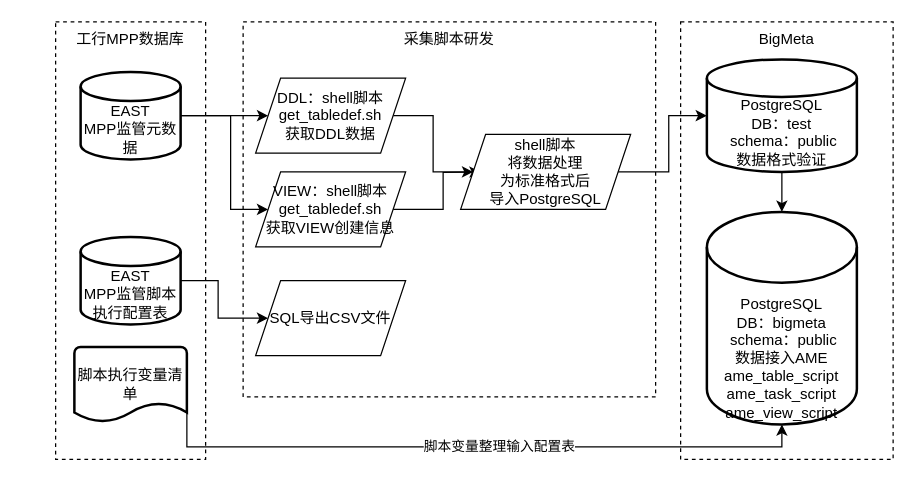
Above: 未命名绘图.drawio in Matt-app/TOOLS (draw.io), before the change. Source tidied: cells renumbered, new cells numbered last; positions are measured from the earlier drawing's top-left corner, leaving out a move shared by most shapes. Both pictures are drawn from the tidied source at 125%, with x=0, y=0 at pixel (55, 21).
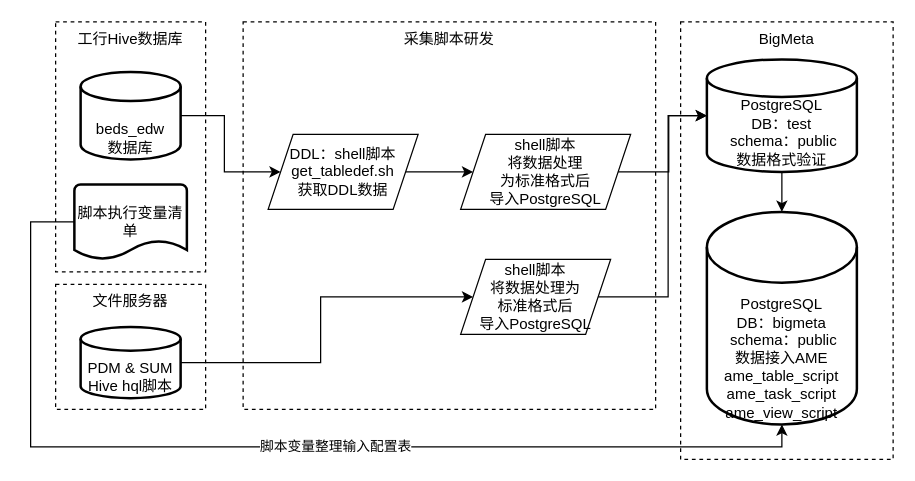
The same page after the edit.

The change refers to these unchanged cells:
```xml
<mxCell id="21" value="PostgreSQL&lt;br&gt;DB：test&lt;br&gt;&amp;nbsp;schema：public&lt;br&gt;数据格式验证" style="strokeWidth=2;html=1;shape=mxgraph.flowchart.database;whiteSpace=wrap;verticalAlign=bottom;" parent="1" vertex="1">
  <mxGeometry x="521" y="30" width="120" height="90" as="geometry" />
</mxCell>
<mxCell id="22" value="PostgreSQL&lt;br&gt;DB：bigmeta&lt;br&gt;&amp;nbsp;schema：public&lt;br&gt;数据接入AME&lt;br&gt;ame_table_script&lt;br&gt;ame_task_script&lt;br&gt;ame_view_script" style="strokeWidth=2;html=1;shape=mxgraph.flowchart.database;whiteSpace=wrap;verticalAlign=bottom;" parent="1" vertex="1">
  <mxGeometry x="521" y="152" width="120" height="170" as="geometry" />
</mxCell>
```

Diff of the diagram source:
```diff
@@
+    <mxCell id="24" value="文件服务器" style="rounded=0;whiteSpace=wrap;html=1;dashed=1;verticalAlign=top;horizontal=1;" parent="1" vertex="1">
+      <mxGeometry y="210" width="120" height="100" as="geometry" />
+    </mxCell>
     <mxCell id="2" value="采集脚本研发" style="rounded=0;whiteSpace=wrap;html=1;verticalAlign=top;dashed=1;" parent="1" vertex="1">
-      <mxGeometry x="150" width="330" height="300" as="geometry" />
+      <mxGeometry x="150" width="330" height="310" as="geometry" />
     </mxCell>
@@
-    <mxCell id="4" value="工行MPP数据库" style="rounded=0;whiteSpace=wrap;html=1;dashed=1;verticalAlign=top;horizontal=1;" parent="1" vertex="1">
-      <mxGeometry width="120" height="350" as="geometry" />
+    <mxCell id="4" value="工行Hive数据库" style="rounded=0;whiteSpace=wrap;html=1;dashed=1;verticalAlign=top;horizontal=1;" parent="1" vertex="1">
+      <mxGeometry width="120" height="200" as="geometry" />
     </mxCell>
@@
-    <mxCell id="6" style="edgeStyle=orthogonalEdgeStyle;rounded=0;jettySize=auto;html=1;exitX=1;exitY=0.5;exitDx=0;exitDy=0;exitPerimeter=0;entryX=0;entryY=0.5;entryDx=0;entryDy=0;" parent="1" edge="1" source="7" target="16">
-      <mxGeometry relative="1" as="geometry">
-        <Array as="points">
-          <mxPoint x="140" y="75" />
-          <mxPoint x="140" y="150" />
-        </Array>
-      </mxGeometry>
-    </mxCell>
-    <mxCell id="7" value="EAST&lt;br&gt;MPP监管元数据" style="strokeWidth=2;html=1;shape=mxgraph.flowchart.database;whiteSpace=wrap;verticalAlign=bottom;" parent="1" vertex="1">
+    <mxCell id="7" value="beds_edw&lt;br&gt;数据库" style="strokeWidth=2;html=1;shape=mxgraph.flowchart.database;whiteSpace=wrap;verticalAlign=bottom;" parent="1" vertex="1">
       <mxGeometry x="20" y="40" width="80" height="70" as="geometry" />
     </mxCell>
@@
-    <mxCell id="9" value="EAST&lt;br&gt;MPP监管脚本执行配置表" style="strokeWidth=2;html=1;shape=mxgraph.flowchart.database;whiteSpace=wrap;verticalAlign=bottom;" parent="1" vertex="1">
-      <mxGeometry x="20" y="172" width="80" height="70" as="geometry" />
+    <mxCell id="9" value="PDM &amp;amp; SUM&lt;br&gt;Hive hql脚本" style="strokeWidth=2;html=1;shape=mxgraph.flowchart.database;whiteSpace=wrap;verticalAlign=bottom;" parent="1" vertex="1">
+      <mxGeometry x="20" y="244" width="80" height="57" as="geometry" />
     </mxCell>
-    <mxCell id="10" style="edgeStyle=orthogonalEdgeStyle;rounded=0;jettySize=auto;html=1;exitX=1;exitY=0.5;exitDx=0;exitDy=0;exitPerimeter=0;entryX=0.5;entryY=1;entryDx=0;entryDy=0;entryPerimeter=0;" parent="1" edge="1" source="12" target="22">
+    <mxCell id="10" style="edgeStyle=orthogonalEdgeStyle;rounded=0;jettySize=auto;html=1;exitX=0;exitY=0.5;exitDx=0;exitDy=0;exitPerimeter=0;entryX=0.5;entryY=1;entryDx=0;entryDy=0;entryPerimeter=0;" parent="1" edge="1" source="12" target="22">
       <mxGeometry relative="1" as="geometry">
         <Array as="points">
-          <mxPoint x="105" y="340" />
+          <mxPoint x="-20" y="160" />
+          <mxPoint x="-20" y="340" />
           <mxPoint x="581" y="340" />
         </Array>
       </mxGeometry>
     </mxCell>
@@
     <mxCell id="12" value="脚本执行变量清单" style="strokeWidth=2;html=1;shape=mxgraph.flowchart.document2;whiteSpace=wrap;size=0.25;" parent="1" vertex="1">
-      <mxGeometry x="15" y="260" width="90" height="60" as="geometry" />
+      <mxGeometry x="15" y="130" width="90" height="60" as="geometry" />
     </mxCell>
@@
     <mxCell id="14" value="DDL：shell脚本 get_tabledef.sh &lt;br&gt;获取DDL数据" style="shape=parallelogram;perimeter=parallelogramPerimeter;whiteSpace=wrap;html=1;fixedSize=1;" parent="1" vertex="1">
-      <mxGeometry x="160" y="45" width="120" height="60" as="geometry" />
+      <mxGeometry x="170" y="90" width="120" height="60" as="geometry" />
     </mxCell>
-    <mxCell id="15" style="edgeStyle=orthogonalEdgeStyle;rounded=0;jettySize=auto;html=1;exitX=1;exitY=0.5;exitDx=0;exitDy=0;" parent="1" edge="1" source="16">
-      <mxGeometry relative="1" as="geometry">
-        <mxPoint x="340" y="120" as="targetPoint" />
-      </mxGeometry>
-    </mxCell>
-    <mxCell id="16" value="VIEW：shell脚本 get_tabledef.sh &lt;br&gt;获取VIEW创建信息" style="shape=parallelogram;perimeter=parallelogramPerimeter;whiteSpace=wrap;html=1;fixedSize=1;" parent="1" vertex="1">
-      <mxGeometry x="160" y="120" width="120" height="60" as="geometry" />
-    </mxCell>
+    <mxCell id="25" style="edgeStyle=orthogonalEdgeStyle;rounded=0;jettySize=auto;html=1;exitX=1;exitY=0.5;exitDx=0;exitDy=0;entryX=0;entryY=0.5;entryDx=0;entryDy=0;entryPerimeter=0;" parent="1" edge="1" source="17" target="21">
+      <mxGeometry relative="1" as="geometry">
+        <Array as="points">
+          <mxPoint x="490" y="220" />
+          <mxPoint x="490" y="75" />
+        </Array>
+      </mxGeometry>
+    </mxCell>
-    <mxCell id="17" value="SQL导出CSV文件" style="shape=parallelogram;perimeter=parallelogramPerimeter;whiteSpace=wrap;html=1;fixedSize=1;" parent="1" vertex="1">
-      <mxGeometry x="160" y="207" width="120" height="60" as="geometry" />
+    <mxCell id="17" value="shell脚本&lt;br&gt;将数据处理为&lt;br&gt;标准格式后&lt;br&gt;导入PostgreSQL" style="shape=parallelogram;perimeter=parallelogramPerimeter;whiteSpace=wrap;html=1;fixedSize=1;" parent="1" vertex="1">
+      <mxGeometry x="324" y="190" width="120" height="60" as="geometry" />
     </mxCell>
```
